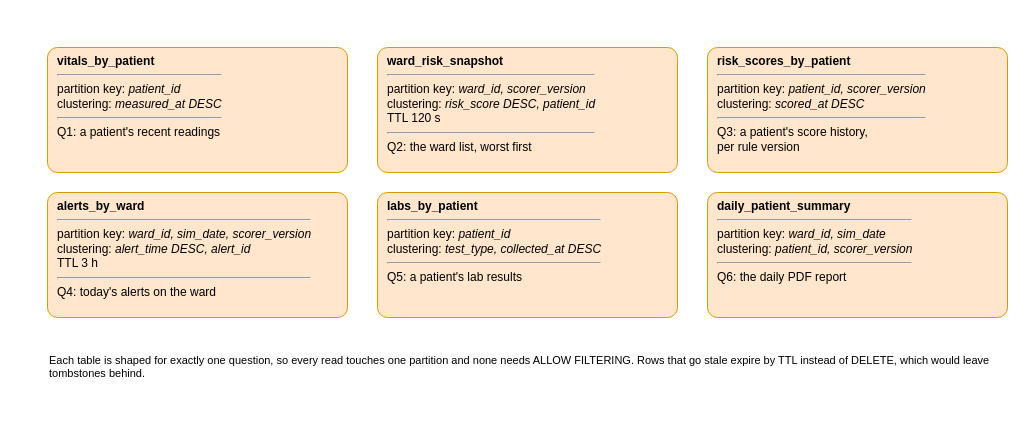
This is docs/diagrams/D5-cassandra-tables.drawio from Ashfaq-Riyaldeen/hospital-vitals-kappa, a draw.io file, before an edit. Source tidied: cells renumbered, new cells numbered last; positions are measured from the earlier drawing's top-left corner, leaving out a move shared by most shapes. Both pictures are drawn from the tidied source at 100%, with x=0, y=0 at pixel (47, 47).
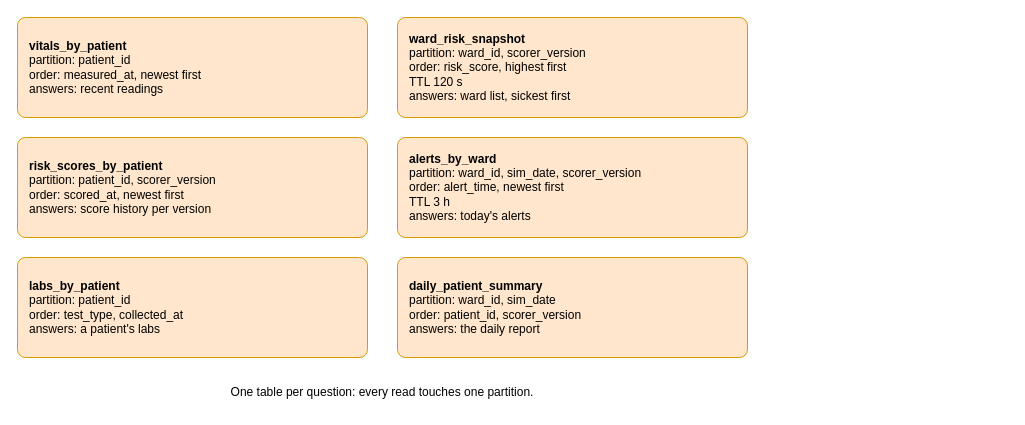
Above is the later version.

The edit, as a diff of the source:
```diff
@@
 <mxGraphModel>
   <root>
     <mxCell id="0" />
     <mxCell id="1" parent="0" />
-    <mxCell id="2" value="&lt;b&gt;vitals_by_patient&lt;/b&gt;&lt;hr&gt;partition key: &lt;i&gt;patient_id&lt;/i&gt;&lt;br&gt;clustering: &lt;i&gt;measured_at DESC&lt;/i&gt;&lt;hr&gt;Q1: a patient's recent readings" style="whiteSpace=wrap;html=1;rounded=1;arcSize=8;fontFamily=Helvetica;fontSize=12;fillColor=#ffe6cc;strokeColor=#d79b00;align=left;spacingLeft=8;verticalAlign=top;" parent="1" vertex="1">
-      <mxGeometry width="300" height="125" as="geometry" />
+    <mxCell id="2" value="&lt;b&gt;vitals_by_patient&lt;/b&gt;&lt;br&gt;partition: patient_id&lt;br&gt;order: measured_at, newest first&lt;br&gt;answers: recent readings" style="whiteSpace=wrap;html=1;rounded=1;arcSize=8;fontFamily=Helvetica;fontSize=12;fillColor=#ffe6cc;strokeColor=#d79b00;align=left;spacingLeft=10;" parent="1" vertex="1">
+      <mxGeometry x="-30" y="-30" width="350" height="100" as="geometry" />
     </mxCell>
-    <mxCell id="3" value="&lt;b&gt;ward_risk_snapshot&lt;/b&gt;&lt;hr&gt;partition key: &lt;i&gt;ward_id, scorer_version&lt;/i&gt;&lt;br&gt;clustering: &lt;i&gt;risk_score DESC, patient_id&lt;/i&gt;&lt;br&gt;TTL 120 s&lt;hr&gt;Q2: the ward list, worst first" style="whiteSpace=wrap;html=1;rounded=1;arcSize=8;fontFamily=Helvetica;fontSize=12;fillColor=#ffe6cc;strokeColor=#d79b00;align=left;spacingLeft=8;verticalAlign=top;" parent="1" vertex="1">
-      <mxGeometry x="330" width="300" height="125" as="geometry" />
+    <mxCell id="3" value="&lt;b&gt;ward_risk_snapshot&lt;/b&gt;&lt;br&gt;partition: ward_id, scorer_version&lt;br&gt;order: risk_score, highest first&lt;br&gt;TTL 120 s&lt;br&gt;answers: ward list, sickest first" style="whiteSpace=wrap;html=1;rounded=1;arcSize=8;fontFamily=Helvetica;fontSize=12;fillColor=#ffe6cc;strokeColor=#d79b00;align=left;spacingLeft=10;" parent="1" vertex="1">
+      <mxGeometry x="350" y="-30" width="350" height="100" as="geometry" />
     </mxCell>
-    <mxCell id="4" value="&lt;b&gt;risk_scores_by_patient&lt;/b&gt;&lt;hr&gt;partition key: &lt;i&gt;patient_id, scorer_version&lt;/i&gt;&lt;br&gt;clustering: &lt;i&gt;scored_at DESC&lt;/i&gt;&lt;hr&gt;Q3: a patient's score history,&lt;br&gt;per rule version" style="whiteSpace=wrap;html=1;rounded=1;arcSize=8;fontFamily=Helvetica;fontSize=12;fillColor=#ffe6cc;strokeColor=#d79b00;align=left;spacingLeft=8;verticalAlign=top;" parent="1" vertex="1">
-      <mxGeometry x="660" width="300" height="125" as="geometry" />
+    <mxCell id="4" value="&lt;b&gt;risk_scores_by_patient&lt;/b&gt;&lt;br&gt;partition: patient_id, scorer_version&lt;br&gt;order: scored_at, newest first&lt;br&gt;answers: score history per version" style="whiteSpace=wrap;html=1;rounded=1;arcSize=8;fontFamily=Helvetica;fontSize=12;fillColor=#ffe6cc;strokeColor=#d79b00;align=left;spacingLeft=10;" parent="1" vertex="1">
+      <mxGeometry x="-30" y="90" width="350" height="100" as="geometry" />
     </mxCell>
-    <mxCell id="5" value="&lt;b&gt;alerts_by_ward&lt;/b&gt;&lt;hr&gt;partition key: &lt;i&gt;ward_id, sim_date, scorer_version&lt;/i&gt;&lt;br&gt;clustering: &lt;i&gt;alert_time DESC, alert_id&lt;/i&gt;&lt;br&gt;TTL 3 h&lt;hr&gt;Q4: today's alerts on the ward" style="whiteSpace=wrap;html=1;rounded=1;arcSize=8;fontFamily=Helvetica;fontSize=12;fillColor=#ffe6cc;strokeColor=#d79b00;align=left;spacingLeft=8;verticalAlign=top;" parent="1" vertex="1">
-      <mxGeometry y="145" width="300" height="125" as="geometry" />
+    <mxCell id="5" value="&lt;b&gt;alerts_by_ward&lt;/b&gt;&lt;br&gt;partition: ward_id, sim_date, scorer_version&lt;br&gt;order: alert_time, newest first&lt;br&gt;TTL 3 h&lt;br&gt;answers: today's alerts" style="whiteSpace=wrap;html=1;rounded=1;arcSize=8;fontFamily=Helvetica;fontSize=12;fillColor=#ffe6cc;strokeColor=#d79b00;align=left;spacingLeft=10;" parent="1" vertex="1">
+      <mxGeometry x="350" y="90" width="350" height="100" as="geometry" />
     </mxCell>
-    <mxCell id="6" value="&lt;b&gt;labs_by_patient&lt;/b&gt;&lt;hr&gt;partition key: &lt;i&gt;patient_id&lt;/i&gt;&lt;br&gt;clustering: &lt;i&gt;test_type, collected_at DESC&lt;/i&gt;&lt;hr&gt;Q5: a patient's lab results" style="whiteSpace=wrap;html=1;rounded=1;arcSize=8;fontFamily=Helvetica;fontSize=12;fillColor=#ffe6cc;strokeColor=#d79b00;align=left;spacingLeft=8;verticalAlign=top;" parent="1" vertex="1">
-      <mxGeometry x="330" y="145" width="300" height="125" as="geometry" />
+    <mxCell id="6" value="&lt;b&gt;labs_by_patient&lt;/b&gt;&lt;br&gt;partition: patient_id&lt;br&gt;order: test_type, collected_at&lt;br&gt;answers: a patient's labs" style="whiteSpace=wrap;html=1;rounded=1;arcSize=8;fontFamily=Helvetica;fontSize=12;fillColor=#ffe6cc;strokeColor=#d79b00;align=left;spacingLeft=10;" parent="1" vertex="1">
+      <mxGeometry x="-30" y="210" width="350" height="100" as="geometry" />
     </mxCell>
-    <mxCell id="7" value="&lt;b&gt;daily_patient_summary&lt;/b&gt;&lt;hr&gt;partition key: &lt;i&gt;ward_id, sim_date&lt;/i&gt;&lt;br&gt;clustering: &lt;i&gt;patient_id, scorer_version&lt;/i&gt;&lt;hr&gt;Q6: the daily PDF report" style="whiteSpace=wrap;html=1;rounded=1;arcSize=8;fontFamily=Helvetica;fontSize=12;fillColor=#ffe6cc;strokeColor=#d79b00;align=left;spacingLeft=8;verticalAlign=top;" parent="1" vertex="1">
-      <mxGeometry x="660" y="145" width="300" height="125" as="geometry" />
+    <mxCell id="7" value="&lt;b&gt;daily_patient_summary&lt;/b&gt;&lt;br&gt;partition: ward_id, sim_date&lt;br&gt;order: patient_id, scorer_version&lt;br&gt;answers: the daily report" style="whiteSpace=wrap;html=1;rounded=1;arcSize=8;fontFamily=Helvetica;fontSize=12;fillColor=#ffe6cc;strokeColor=#d79b00;align=left;spacingLeft=10;" parent="1" vertex="1">
+      <mxGeometry x="350" y="210" width="350" height="100" as="geometry" />
     </mxCell>
-    <mxCell id="8" value="Each table is shaped for exactly one question, so every read touches one partition and none needs ALLOW FILTERING. Rows that go stale expire by TTL instead of DELETE, which would leave tombstones behind." style="text;html=1;align=left;verticalAlign=top;whiteSpace=wrap;fontFamily=Helvetica;fontSize=12;fontSize=11;" parent="1" vertex="1">
-      <mxGeometry y="300" width="960" height="45" as="geometry" />
+    <mxCell id="8" value="One table per question: every read touches one partition." style="text;html=1;align=center;verticalAlign=middle;whiteSpace=wrap;fontFamily=Helvetica;fontSize=12;" parent="1" vertex="1">
+      <mxGeometry x="-30" y="330" width="730" height="30" as="geometry" />
     </mxCell>
   </root>
 </mxGraphModel>
```
